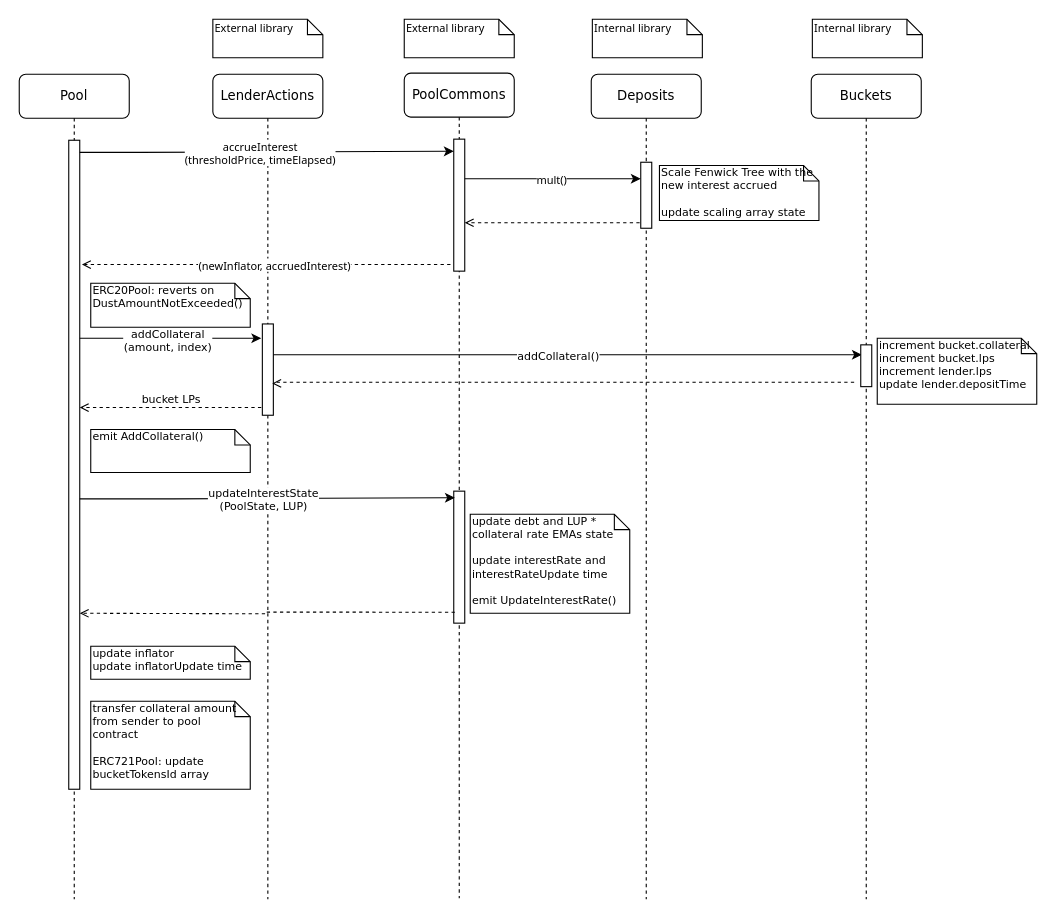
The draw.io diagram docs/drawio/addCollateral.drawio in ajna-finance/ajna-core, before the edit. Source tidied: cells renumbered, new cells numbered last; positions are measured from the earlier drawing's top-left corner, leaving out a move shared by most shapes. Both pictures are drawn from the tidied source at 110%, with x=0, y=0 at pixel (19, 19).
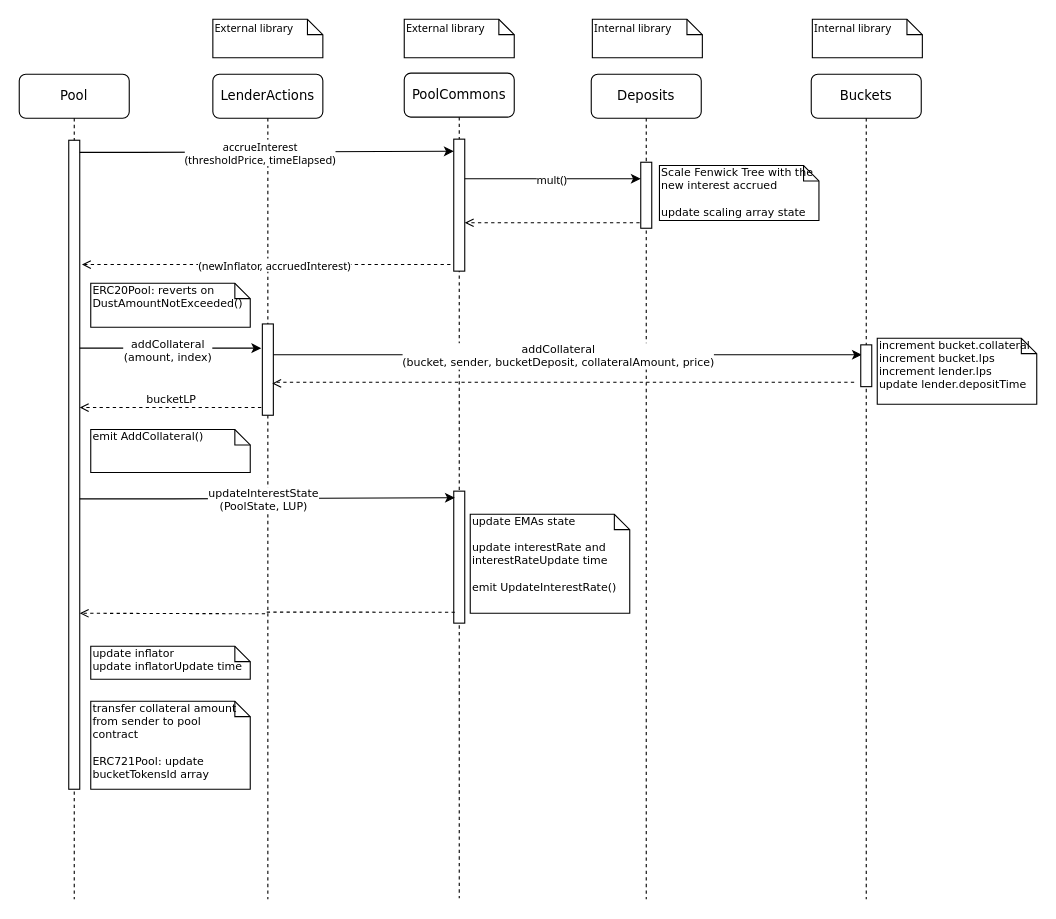
Above is the later version.

The change refers to these unchanged cells:
```xml
<mxCell id="10" style="html=1;points=[];perimeter=orthogonalPerimeter;rounded=0;shadow=0;comic=0;labelBackgroundColor=none;strokeWidth=1;fontFamily=Verdana;fontSize=12;align=center;" parent="9" vertex="1">
  <mxGeometry x="45" y="60" width="10" height="590" as="geometry" />
</mxCell>
<mxCell id="24" style="edgeStyle=orthogonalEdgeStyle;rounded=0;jettySize=auto;html=1;fontFamily=Verdana;fontSize=10;endArrow=classic;endFill=1;entryX=0.1;entryY=0.237;entryDx=0;entryDy=0;entryPerimeter=0;" parent="1" edge="1" source="3" target="35">
  <mxGeometry relative="1" as="geometry">
    <Array as="points">
      <mxPoint x="350" y="305" />
      <mxPoint x="350" y="305" />
    </Array>
  </mxGeometry>
</mxCell>
```

Change to the diagram source:
```diff
@@
-    <mxCell id="22" style="edgeStyle=orthogonalEdgeStyle;rounded=0;jettySize=auto;html=1;fontFamily=Verdana;fontSize=10;endArrow=classic;endFill=1;" parent="1" edge="1" source="10">
+    <mxCell id="22" style="edgeStyle=orthogonalEdgeStyle;rounded=0;orthogonalLoop=1;jettySize=auto;html=1;fontFamily=Verdana;fontSize=10;endArrow=classic;endFill=1;" parent="1" edge="1">
       <mxGeometry relative="1" as="geometry">
-        <mxPoint x="220" y="290" as="targetPoint" />
+        <mxPoint x="55" y="299" as="sourcePoint" />
+        <mxPoint x="220" y="299" as="targetPoint" />
         <Array as="points">
-          <mxPoint x="90" y="290" />
-          <mxPoint x="90" y="290" />
+          <mxPoint x="90" y="299" />
+          <mxPoint x="90" y="299" />
         </Array>
       </mxGeometry>
     </mxCell>
@@
-    <mxCell id="25" value="addCollateral()" style="edgeLabel;html=1;align=center;verticalAlign=middle;fontSize=10;fontFamily=Verdana;" parent="24" vertex="1">
+    <mxCell id="25" value="addCollateral&lt;br&gt;(bucket, sender, bucketDeposit, collateralAmount, price)" style="edgeLabel;html=1;align=center;verticalAlign=middle;fontSize=10;fontFamily=Verdana;" parent="24" vertex="1">
       <mxGeometry x="-0.09" relative="1" as="geometry">
         <mxPoint x="16" as="offset" />
       </mxGeometry>
     </mxCell>
@@
-    <mxCell id="31" value="&lt;div&gt;update debt and LUP * collateral rate EMAs state&lt;/div&gt;&lt;div&gt;&lt;br&gt;&lt;/div&gt;&lt;div&gt;update interestRate and interestRateUpdate time&lt;br&gt;&lt;/div&gt;&lt;div&gt;&lt;br&gt;&lt;/div&gt;&lt;div&gt;emit UpdateInterestRate()&lt;br&gt;&lt;/div&gt;" style="shape=note;whiteSpace=wrap;html=1;size=14;verticalAlign=top;align=left;spacingTop=-6;rounded=0;shadow=0;comic=0;labelBackgroundColor=none;strokeWidth=1;fontFamily=Verdana;fontSize=10;" parent="1" vertex="1">
+    <mxCell id="31" value="&lt;div&gt;update EMAs state&lt;/div&gt;&lt;div&gt;&lt;br&gt;&lt;/div&gt;&lt;div&gt;update interestRate and interestRateUpdate time&lt;br&gt;&lt;/div&gt;&lt;div&gt;&lt;br&gt;&lt;/div&gt;&lt;div&gt;emit UpdateInterestRate()&lt;br&gt;&lt;/div&gt;" style="shape=note;whiteSpace=wrap;html=1;size=14;verticalAlign=top;align=left;spacingTop=-6;rounded=0;shadow=0;comic=0;labelBackgroundColor=none;strokeWidth=1;fontFamily=Verdana;fontSize=10;" parent="1" vertex="1">
       <mxGeometry x="410" y="450" width="145" height="90" as="geometry" />
     </mxCell>
@@
-    <mxCell id="40" value="bucket LPs" style="edgeLabel;html=1;align=center;verticalAlign=middle;fontSize=10;fontFamily=Verdana;" parent="1" vertex="1">
+    <mxCell id="40" value="bucketLP" style="edgeLabel;html=1;align=center;verticalAlign=middle;fontSize=10;fontFamily=Verdana;" parent="1" vertex="1">
       <mxGeometry x="127.5" y="354" as="geometry">
         <mxPoint x="10" y="-10" as="offset" />
       </mxGeometry>
     </mxCell>
```
